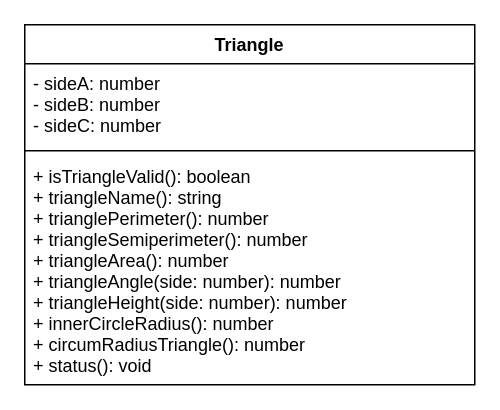
Above: Drawio/ClassDiagram.drawio in JacksonNaufal/ics4u-assignment-3-typescript (draw.io), before the change. Source tidied: cells renumbered, new cells numbered last; positions are measured from the earlier drawing's top-left corner, leaving out a move shared by most shapes. Both pictures are drawn from the tidied source at 150%, with x=0, y=0 at pixel (24, 24).
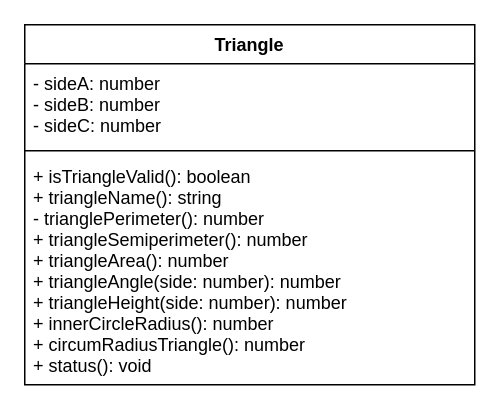
Above is the later version.

What changed in the source:
```diff
@@
 <mxGraphModel>
   <root>
     <mxCell id="0" />
     <mxCell id="1" parent="0" />
     <mxCell id="2" value="Triangle" style="swimlane;fontStyle=1;align=center;verticalAlign=top;horizontal=1;startSize=26;" parent="1" vertex="1">
       <mxGeometry width="300" height="240" as="geometry" />
     </mxCell>
     <mxCell id="3" value="- sideA: number&#10;- sideB: number&#10;- sideC: number" style="text;strokeColor=none;fillColor=none;align=left;verticalAlign=top;spacingLeft=4;spacingRight=4;overflow=hidden;" parent="2" vertex="1">
       <mxGeometry y="26" width="300" height="54" as="geometry" />
     </mxCell>
     <mxCell id="4" style="line;strokeWidth=1;fillColor=none;align=left;verticalAlign=middle;spacingTop=-1;spacingLeft=3;spacingRight=3;labelPosition=right;" parent="2" vertex="1">
       <mxGeometry y="80" width="300" height="8" as="geometry" />
     </mxCell>
-    <mxCell id="5" value="+ isTriangleValid(): boolean&#10;+ triangleName(): string&#10;+ trianglePerimeter(): number&#10;+ triangleSemiperimeter(): number&#10;+ triangleArea(): number&#10;+ triangleAngle(side: number): number&#10;+ triangleHeight(side: number): number&#10;+ innerCircleRadius(): number&#10;+ circumRadiusTriangle(): number&#10;+ status(): void" style="text;strokeColor=none;fillColor=none;align=left;verticalAlign=top;spacingLeft=4;spacingRight=4;overflow=hidden;" parent="2" vertex="1">
+    <mxCell id="5" value="+ isTriangleValid(): boolean&#10;+ triangleName(): string&#10;- trianglePerimeter(): number&#10;+ triangleSemiperimeter(): number&#10;+ triangleArea(): number&#10;+ triangleAngle(side: number): number&#10;+ triangleHeight(side: number): number&#10;+ innerCircleRadius(): number&#10;+ circumRadiusTriangle(): number&#10;+ status(): void" style="text;strokeColor=none;fillColor=none;align=left;verticalAlign=top;spacingLeft=4;spacingRight=4;overflow=hidden;" parent="2" vertex="1">
       <mxGeometry y="88" width="300" height="152" as="geometry" />
     </mxCell>
   </root>
 </mxGraphModel>
```
